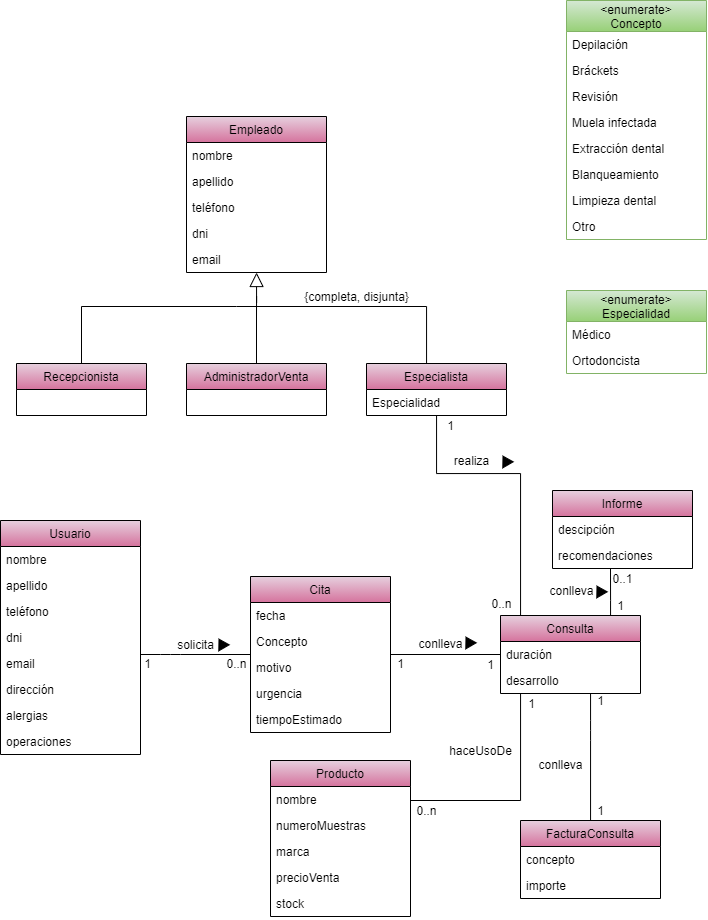
Above: Remus/doc/images/Diagrama conceptual C.png in Jesusjbs/clinicaDental-ir (draw.io), before the change. Source tidied: cells renumbered, new cells last; positions are measured from the earlier drawing's top-left corner, leaving out a move shared by most shapes.
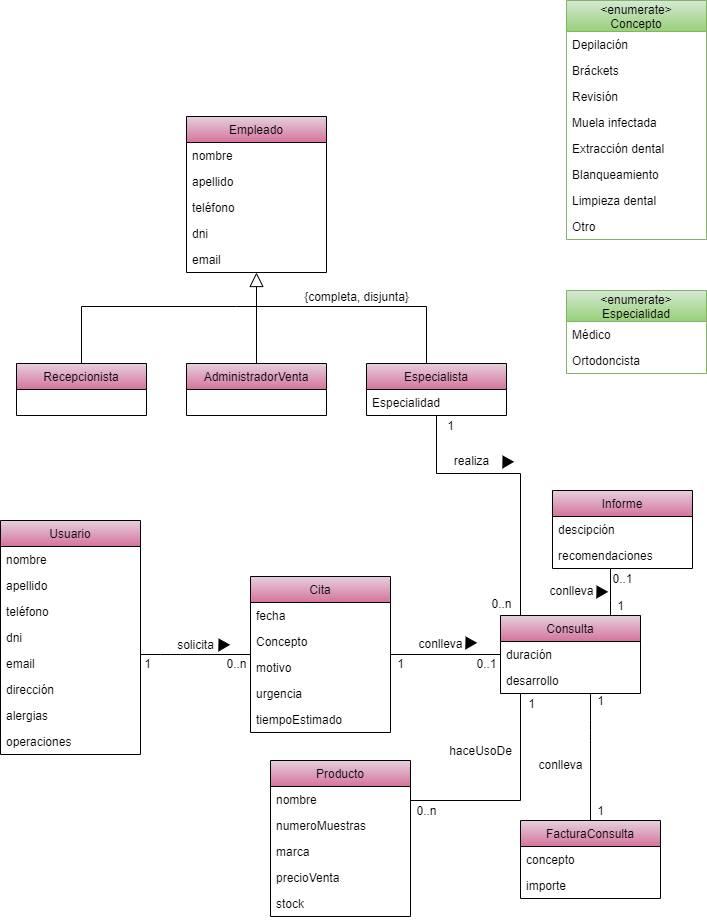
After the change.

The edit, as a diff of the source:
```diff
@@ -218,8 +218,8 @@
     <mxCell id="60" value="1" style="text;html=1;align=center;verticalAlign=middle;" parent="1" vertex="1">
       <mxGeometry x="390" y="653" width="20" height="20" as="geometry" />
     </mxCell>
-    <mxCell id="61" value="1" style="text;html=1;align=center;verticalAlign=middle;" parent="1" vertex="1">
-      <mxGeometry x="480" y="654" width="20" height="20" as="geometry" />
+    <mxCell id="61" value="0..1" style="text;html=1;align=center;verticalAlign=middle;" parent="1" vertex="1">
+      <mxGeometry x="466" y="653" width="40" height="20" as="geometry" />
     </mxCell>
     <mxCell id="62" value="conlleva" style="text;html=1;align=center;verticalAlign=middle;" parent="1" vertex="1">
       <mxGeometry x="410" y="633" width="60" height="20" as="geometry" />
```
